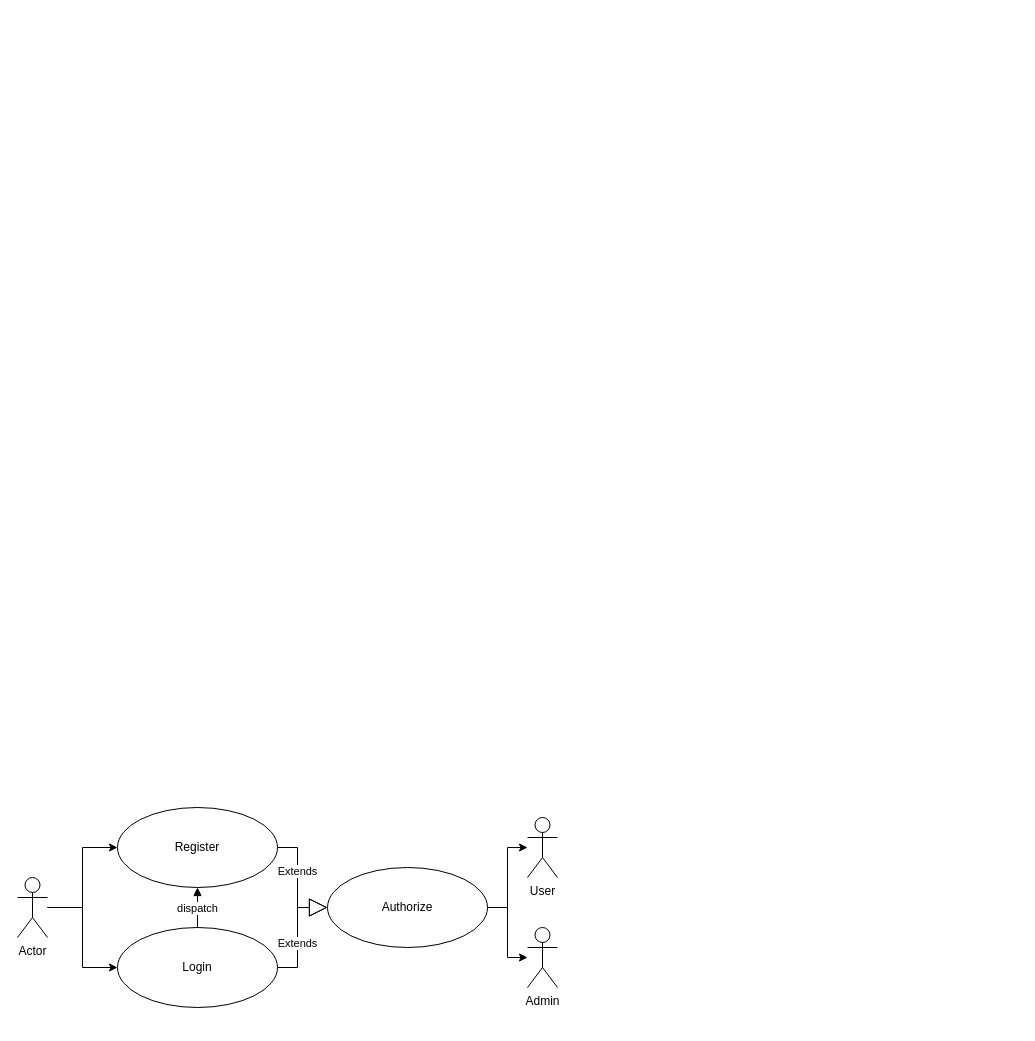
ixor911/Resume keeps this draw.io diagram as Diagrams/UseCase.drawio. Above is the earlier version. Source tidied: cells renumbered, new cells numbered last; positions are measured from the earlier drawing's top-left corner, leaving out a move shared by most shapes. Both pictures are drawn from the tidied source at 100%, with x=0, y=0 at pixel (17, 807).
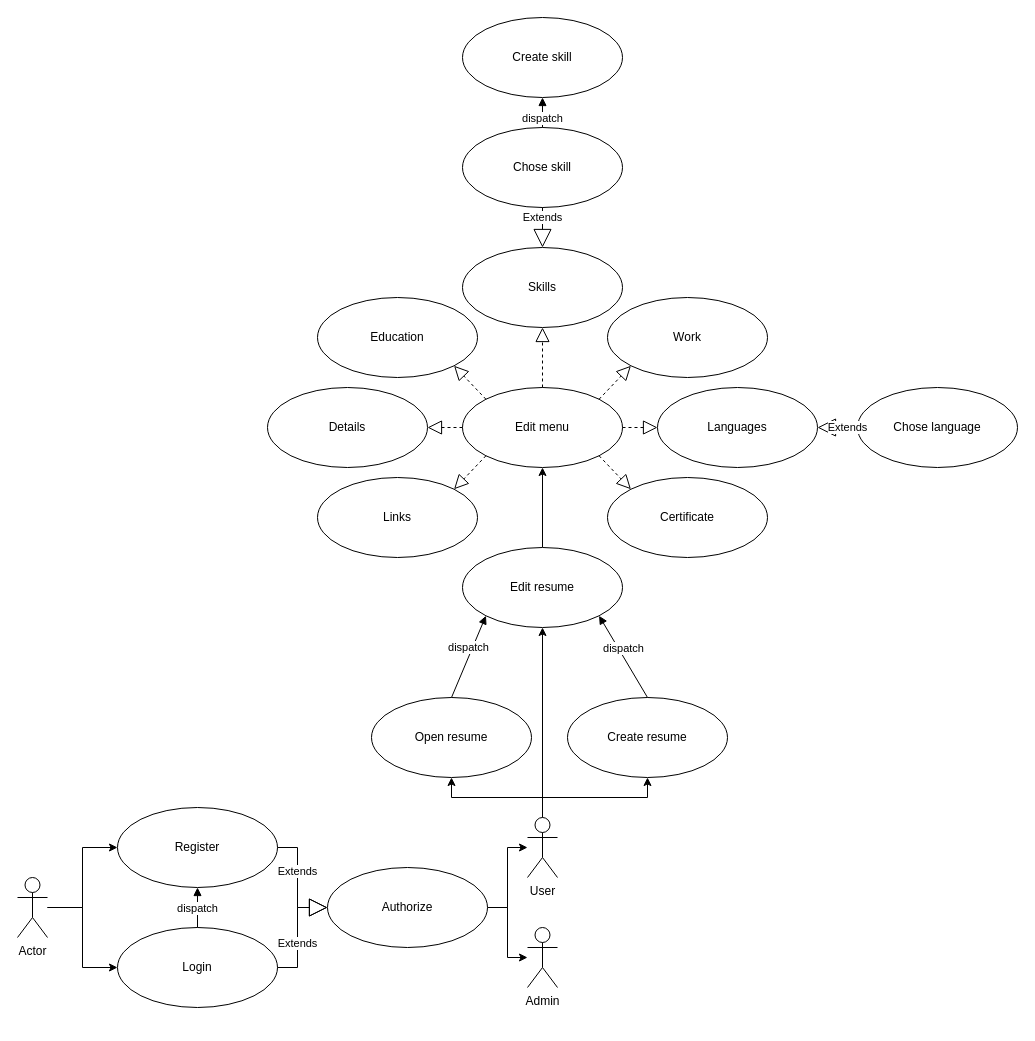
Above is the later version.

Commit message:
diagram use-case 0.4

Unchanged cells that the change refers to:
```xml
<mxCell id="13" value="User" style="shape=umlActor;verticalLabelPosition=bottom;verticalAlign=top;html=1;" parent="1" vertex="1">
  <mxGeometry x="510" y="10" width="30" height="60" as="geometry" />
</mxCell>
```

The edit, as a diff of the source:
```diff
@@
+    <mxCell id="15" style="edgeStyle=orthogonalEdgeStyle;rounded=0;jettySize=auto;html=1;entryX=0.5;entryY=1;entryDx=0;entryDy=0;exitX=0.5;exitY=0;exitDx=0;exitDy=0;exitPerimeter=0;" parent="1" edge="1" source="13" target="18">
+      <mxGeometry relative="1" as="geometry" />
+    </mxCell>
+    <mxCell id="16" style="edgeStyle=orthogonalEdgeStyle;rounded=0;jettySize=auto;html=1;entryX=0.5;entryY=1;entryDx=0;entryDy=0;exitX=0.5;exitY=0;exitDx=0;exitDy=0;exitPerimeter=0;" parent="1" edge="1" source="13" target="20">
+      <mxGeometry relative="1" as="geometry" />
+    </mxCell>
+    <mxCell id="17" style="edgeStyle=orthogonalEdgeStyle;rounded=0;jettySize=auto;html=1;entryX=0.5;entryY=1;entryDx=0;entryDy=0;exitX=0.5;exitY=0;exitDx=0;exitDy=0;exitPerimeter=0;" parent="1" edge="1" source="13" target="21">
+      <mxGeometry relative="1" as="geometry" />
+    </mxCell>
@@
+    <mxCell id="18" value="Open resume" style="ellipse;whiteSpace=wrap;html=1;" parent="1" vertex="1">
+      <mxGeometry x="354" y="-110" width="160" height="80" as="geometry" />
+    </mxCell>
+    <mxCell id="19" style="edgeStyle=orthogonalEdgeStyle;rounded=0;jettySize=auto;html=1;entryX=0.5;entryY=1;entryDx=0;entryDy=0;" parent="1" edge="1" source="20" target="24">
+      <mxGeometry relative="1" as="geometry" />
+    </mxCell>
+    <mxCell id="20" value="Edit&amp;nbsp;&lt;span style=&quot;background-color: initial;&quot;&gt;resume&lt;/span&gt;" style="ellipse;whiteSpace=wrap;html=1;" parent="1" vertex="1">
+      <mxGeometry x="445" y="-260" width="160" height="80" as="geometry" />
+    </mxCell>
+    <mxCell id="21" value="Create resume" style="ellipse;whiteSpace=wrap;html=1;" parent="1" vertex="1">
+      <mxGeometry x="550" y="-110" width="160" height="80" as="geometry" />
+    </mxCell>
+    <mxCell id="22" value="dispatch" style="html=1;verticalAlign=bottom;endArrow=block;curved=0;rounded=0;exitX=0.5;exitY=0;exitDx=0;exitDy=0;entryX=0;entryY=1;entryDx=0;entryDy=0;" parent="1" edge="1" source="18" target="20">
+      <mxGeometry relative="1" as="geometry" />
+    </mxCell>
+    <mxCell id="23" value="dispatch" style="html=1;verticalAlign=bottom;endArrow=block;curved=0;rounded=0;exitX=0.5;exitY=0;exitDx=0;exitDy=0;entryX=1;entryY=1;entryDx=0;entryDy=0;" parent="1" edge="1" source="21" target="20">
+      <mxGeometry relative="1" as="geometry" />
+    </mxCell>
+    <mxCell id="24" value="Edit menu" style="ellipse;whiteSpace=wrap;html=1;" parent="1" vertex="1">
+      <mxGeometry x="445" y="-420" width="160" height="80" as="geometry" />
+    </mxCell>
+    <mxCell id="25" value="Links" style="ellipse;whiteSpace=wrap;html=1;" parent="1" vertex="1">
+      <mxGeometry x="300" y="-330" width="160" height="80" as="geometry" />
+    </mxCell>
+    <mxCell id="26" value="Details" style="ellipse;whiteSpace=wrap;html=1;" parent="1" vertex="1">
+      <mxGeometry x="250" y="-420" width="160" height="80" as="geometry" />
+    </mxCell>
+    <mxCell id="27" value="Languages" style="ellipse;whiteSpace=wrap;html=1;" parent="1" vertex="1">
+      <mxGeometry x="640" y="-420" width="160" height="80" as="geometry" />
+    </mxCell>
+    <mxCell id="28" value="Skills" style="ellipse;whiteSpace=wrap;html=1;" parent="1" vertex="1">
+      <mxGeometry x="445" y="-560" width="160" height="80" as="geometry" />
+    </mxCell>
+    <mxCell id="29" value="Education" style="ellipse;whiteSpace=wrap;html=1;" parent="1" vertex="1">
+      <mxGeometry x="300" y="-510" width="160" height="80" as="geometry" />
+    </mxCell>
+    <mxCell id="30" value="Certificate" style="ellipse;whiteSpace=wrap;html=1;" parent="1" vertex="1">
+      <mxGeometry x="590" y="-330" width="160" height="80" as="geometry" />
+    </mxCell>
+    <mxCell id="31" value="Work" style="ellipse;whiteSpace=wrap;html=1;" parent="1" vertex="1">
+      <mxGeometry x="590" y="-510" width="160" height="80" as="geometry" />
+    </mxCell>
+    <mxCell id="32" value="Chose skill" style="ellipse;whiteSpace=wrap;html=1;" parent="1" vertex="1">
+      <mxGeometry x="445" y="-680" width="160" height="80" as="geometry" />
+    </mxCell>
+    <mxCell id="33" value="Chose language" style="ellipse;whiteSpace=wrap;html=1;" parent="1" vertex="1">
+      <mxGeometry x="840" y="-420" width="160" height="80" as="geometry" />
+    </mxCell>
+    <mxCell id="34" style="endArrow=block;dashed=1;endFill=0;endSize=12;html=1;rounded=0;exitX=0;exitY=1;exitDx=0;exitDy=0;entryX=1;entryY=0;entryDx=0;entryDy=0;" parent="1" edge="1" source="24" target="25">
+      <mxGeometry relative="1" as="geometry" />
+    </mxCell>
+    <mxCell id="35" style="endArrow=block;dashed=1;endFill=0;endSize=12;html=1;rounded=0;exitX=0;exitY=0.5;exitDx=0;exitDy=0;entryX=1;entryY=0.5;entryDx=0;entryDy=0;" parent="1" edge="1" source="24" target="26">
+      <mxGeometry relative="1" as="geometry" />
+    </mxCell>
+    <mxCell id="36" style="endArrow=block;dashed=1;endFill=0;endSize=12;html=1;rounded=0;exitX=0;exitY=0;exitDx=0;exitDy=0;entryX=1;entryY=1;entryDx=0;entryDy=0;" parent="1" edge="1" source="24" target="29">
+      <mxGeometry relative="1" as="geometry" />
+    </mxCell>
+    <mxCell id="37" style="endArrow=block;dashed=1;endFill=0;endSize=12;html=1;rounded=0;exitX=0.5;exitY=0;exitDx=0;exitDy=0;entryX=0.5;entryY=1;entryDx=0;entryDy=0;" parent="1" edge="1" source="24" target="28">
+      <mxGeometry relative="1" as="geometry" />
+    </mxCell>
+    <mxCell id="38" style="endArrow=block;dashed=1;endFill=0;endSize=12;html=1;rounded=0;exitX=1;exitY=0;exitDx=0;exitDy=0;entryX=0;entryY=1;entryDx=0;entryDy=0;" parent="1" edge="1" source="24" target="31">
+      <mxGeometry relative="1" as="geometry" />
+    </mxCell>
+    <mxCell id="39" style="endArrow=block;dashed=1;endFill=0;endSize=12;html=1;rounded=0;exitX=1;exitY=0.5;exitDx=0;exitDy=0;entryX=0;entryY=0.5;entryDx=0;entryDy=0;" parent="1" edge="1" source="24" target="27">
+      <mxGeometry relative="1" as="geometry" />
+    </mxCell>
+    <mxCell id="40" style="endArrow=block;dashed=1;endFill=0;endSize=12;html=1;rounded=0;exitX=1;exitY=1;exitDx=0;exitDy=0;entryX=0;entryY=0;entryDx=0;entryDy=0;" parent="1" edge="1" source="24" target="30">
+      <mxGeometry relative="1" as="geometry" />
+    </mxCell>
+    <mxCell id="41" value="Create skill" style="ellipse;whiteSpace=wrap;html=1;" parent="1" vertex="1">
+      <mxGeometry x="445" y="-790" width="160" height="80" as="geometry" />
+    </mxCell>
+    <mxCell id="42" value="Extends" style="endArrow=block;endSize=16;endFill=0;html=1;rounded=0;exitX=0.5;exitY=1;exitDx=0;exitDy=0;entryX=0.5;entryY=0;entryDx=0;entryDy=0;" parent="1" edge="1" source="32" target="28">
+      <mxGeometry x="-0.5" relative="1" as="geometry" />
+    </mxCell>
+    <mxCell id="43" value="Extends" style="endArrow=block;endSize=16;endFill=0;html=1;rounded=0;exitX=0;exitY=0.5;exitDx=0;exitDy=0;entryX=1;entryY=0.5;entryDx=0;entryDy=0;" parent="1" edge="1" source="33" target="27">
+      <mxGeometry x="-0.5" relative="1" as="geometry" />
+    </mxCell>
+    <mxCell id="44" value="dispatch" style="html=1;verticalAlign=bottom;endArrow=block;curved=0;rounded=0;entryX=0.5;entryY=1;entryDx=0;entryDy=0;exitX=0.5;exitY=0;exitDx=0;exitDy=0;" parent="1" edge="1" source="32" target="41">
+      <mxGeometry x="-1" relative="1" as="geometry" />
+    </mxCell>
```
